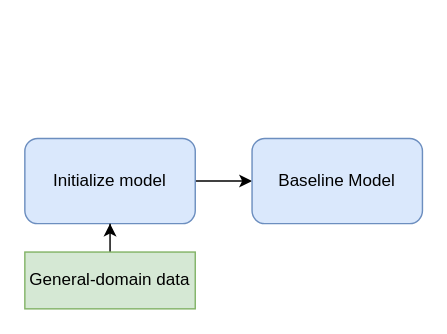
This is baseline_amta.drawio from babangain/drawio, a draw.io file, before an edit. Source tidied: cells renumbered, new cells numbered last; positions are measured from the earlier drawing's top-left corner, leaving out a move shared by most shapes. Both pictures are drawn from the tidied source at 142%, with x=0, y=0 at pixel (24, 138).
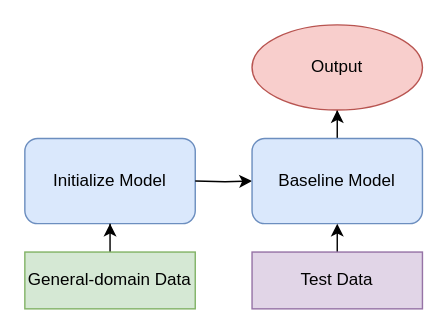
Above is the later version.

What changed in the source:
```diff
@@
 <mxGraphModel>
   <root>
     <mxCell id="0" />
     <mxCell id="1" parent="0" />
-    <mxCell id="2" style="edgeStyle=orthogonalEdgeStyle;rounded=0;jettySize=auto;html=1;" parent="1" edge="1" source="3" target="6">
-      <mxGeometry relative="1" as="geometry" />
-    </mxCell>
-    <mxCell id="3" value="Initialize model" style="rounded=1;whiteSpace=wrap;html=1;fillColor=#dae8fc;strokeColor=#6c8ebf;" parent="1" vertex="1">
-      <mxGeometry width="120" height="60" as="geometry" />
-    </mxCell>
-    <mxCell id="4" style="edgeStyle=orthogonalEdgeStyle;rounded=0;jettySize=auto;html=1;" parent="1" edge="1" source="5" target="3">
-      <mxGeometry relative="1" as="geometry" />
-    </mxCell>
-    <mxCell id="5" value="General-domain data" style="rounded=0;whiteSpace=wrap;html=1;fillColor=#d5e8d4;strokeColor=#82b366;" parent="1" vertex="1">
-      <mxGeometry y="80" width="120" height="40" as="geometry" />
-    </mxCell>
+    <mxCell id="7" value="Initialize Model" style="rounded=1;whiteSpace=wrap;html=1;fillColor=#dae8fc;strokeColor=#6c8ebf;" parent="1" vertex="1">
+      <mxGeometry width="120" height="60" as="geometry" />
+    </mxCell>
+    <mxCell id="8" style="edgeStyle=orthogonalEdgeStyle;rounded=0;jettySize=auto;html=1;" parent="1" edge="1" source="9" target="7">
+      <mxGeometry relative="1" as="geometry" />
+    </mxCell>
+    <mxCell id="9" value="General-domain Data" style="rounded=0;whiteSpace=wrap;html=1;fillColor=#d5e8d4;strokeColor=#82b366;" parent="1" vertex="1">
+      <mxGeometry y="80" width="120" height="40" as="geometry" />
+    </mxCell>
+    <mxCell id="10" style="edgeStyle=orthogonalEdgeStyle;rounded=0;jettySize=auto;html=1;" parent="1" edge="1" target="6">
+      <mxGeometry relative="1" as="geometry">
+        <mxPoint x="120" y="30" as="sourcePoint" />
+      </mxGeometry>
+    </mxCell>
+    <mxCell id="11" style="edgeStyle=orthogonalEdgeStyle;rounded=0;jettySize=auto;html=1;" parent="1" edge="1" source="6" target="14">
+      <mxGeometry relative="1" as="geometry" />
+    </mxCell>
-    <mxCell id="6" value="Baseline Model" style="rounded=1;whiteSpace=wrap;html=1;fillColor=#dae8fc;strokeColor=#6c8ebf;" parent="1" vertex="1">
+    <mxCell id="6" value="Baseline Model" style="whiteSpace=wrap;html=1;fillColor=#dae8fc;strokeColor=#6c8ebf;rounded=1;" parent="1" vertex="1">
       <mxGeometry x="160" width="120" height="60" as="geometry" />
     </mxCell>
+    <mxCell id="12" style="edgeStyle=orthogonalEdgeStyle;rounded=0;jettySize=auto;html=1;" parent="1" edge="1" source="13">
+      <mxGeometry relative="1" as="geometry">
+        <mxPoint x="220" y="60" as="targetPoint" />
+      </mxGeometry>
+    </mxCell>
+    <mxCell id="13" value="Test Data" style="rounded=0;whiteSpace=wrap;html=1;fillColor=#e1d5e7;strokeColor=#9673a6;" parent="1" vertex="1">
+      <mxGeometry x="160" y="80" width="120" height="40" as="geometry" />
+    </mxCell>
+    <mxCell id="14" value="Output" style="ellipse;whiteSpace=wrap;html=1;fillColor=#f8cecc;strokeColor=#b85450;rounded=1;" parent="1" vertex="1">
+      <mxGeometry x="160" y="-80" width="120" height="60" as="geometry" />
+    </mxCell>
   </root>
 </mxGraphModel>
```
